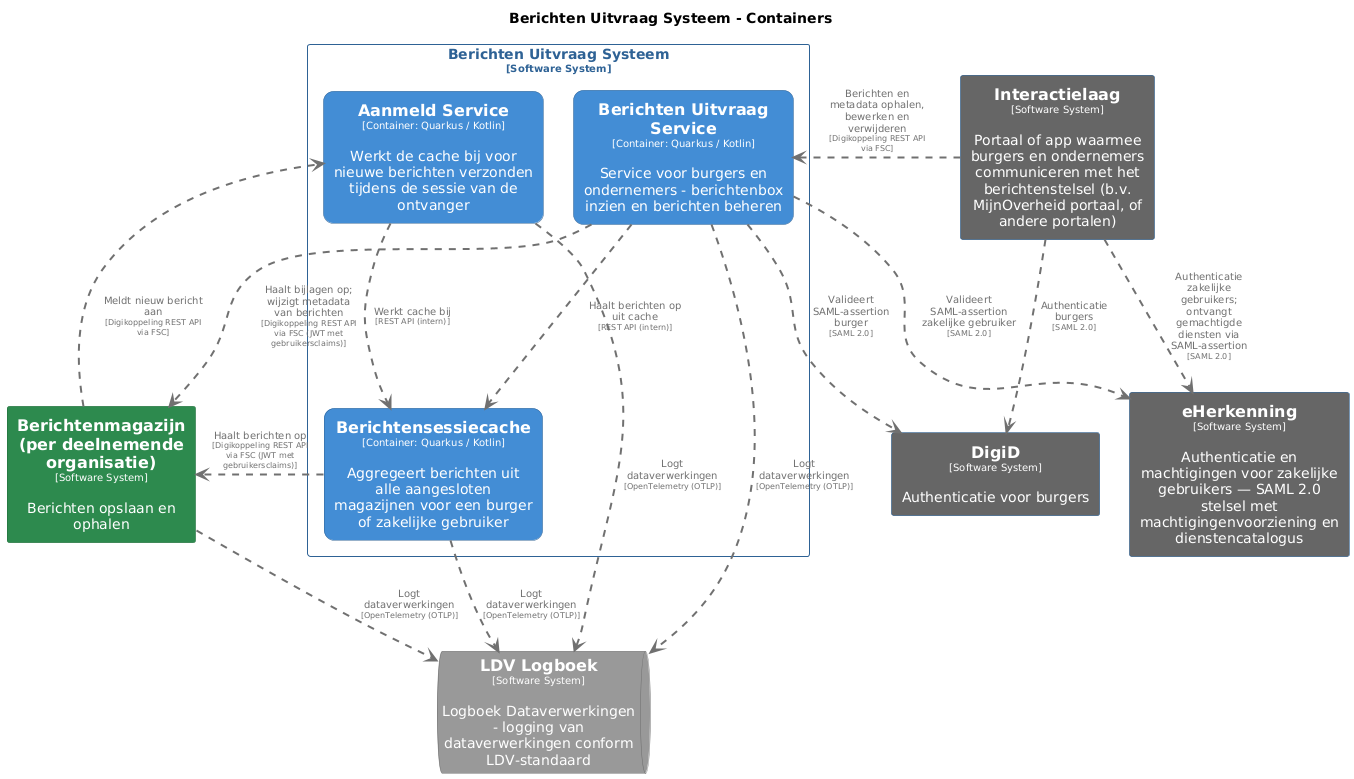
The PlantUML diagram pr-preview/pr-22/master/png/BerichtenUitvraagSysteemContainers.png in MinBZK/moza-poc-fbs-berichtenbox, before a commit.
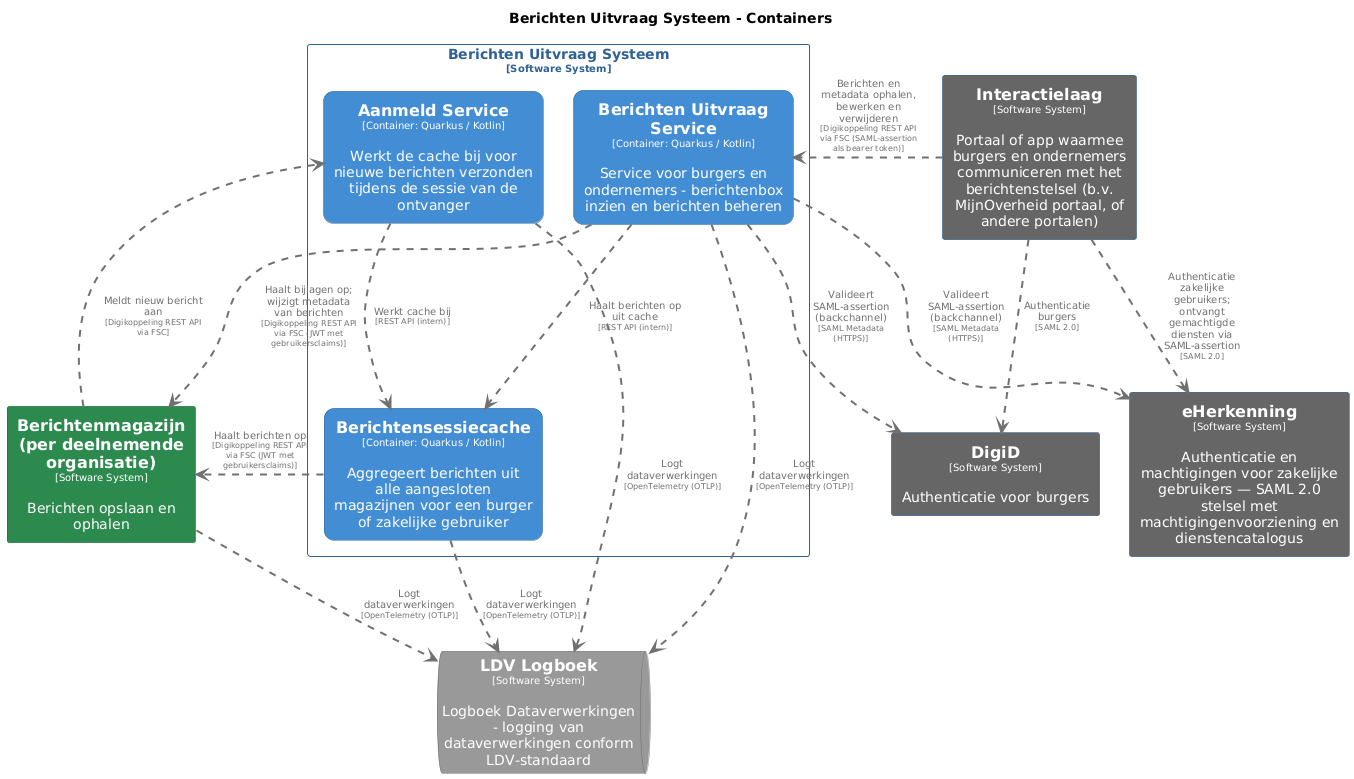
After the change.

What changed in the source:
```diff
@@ -91,11 +91,11 @@
 BerichtenUitvraagSysteem.BerichtenUitvraagService .[#707070,thickness=2].> LDVLogboek : "<color:#707070>Logt dataverwerkingen\n<color:#707070><size:8>[OpenTelemetry (OTLP)]</size>"
 BerichtenUitvraagSysteem.AanmeldService .[#707070,thickness=2].> BerichtenUitvraagSysteem.Berichtensessiecache : "<color:#707070>Werkt cache bij\n<color:#707070><size:8>[REST API (intern)]</size>"
 BerichtenUitvraagSysteem.BerichtenUitvraagService .[#707070,thickness=2].> BerichtenUitvraagSysteem.Berichtensessiecache : "<color:#707070>Haalt berichten op uit cache\n<color:#707070><size:8>[REST API (intern)]</size>"
-Interactielaag .[#707070,thickness=2].> BerichtenUitvraagSysteem.BerichtenUitvraagService : "<color:#707070>Berichten en metadata ophalen, bewerken en verwijderen\n<color:#707070><size:8>[Digikoppeling REST API via FSC]</size>"
+Interactielaag .[#707070,thickness=2].> BerichtenUitvraagSysteem.BerichtenUitvraagService : "<color:#707070>Berichten en metadata ophalen, bewerken en verwijderen\n<color:#707070><size:8>[Digikoppeling REST API via FSC (SAML-assertion als bearer token)]</size>"
 Interactielaag .[#707070,thickness=2].> DigiD : "<color:#707070>Authenticatie burgers\n<color:#707070><size:8>[SAML 2.0]</size>"
 Interactielaag .[#707070,thickness=2].> eHerkenning : "<color:#707070>Authenticatie zakelijke gebruikers; ontvangt gemachtigde diensten via SAML-assertion\n<color:#707070><size:8>[SAML 2.0]</size>"
-BerichtenUitvraagSysteem.BerichtenUitvraagService .[#707070,thickness=2].> eHerkenning : "<color:#707070>Valideert SAML-assertion zakelijke gebruiker\n<color:#707070><size:8>[SAML 2.0]</size>"
-BerichtenUitvraagSysteem.BerichtenUitvraagService .[#707070,thickness=2].> DigiD : "<color:#707070>Valideert SAML-assertion burger\n<color:#707070><size:8>[SAML 2.0]</size>"
+BerichtenUitvraagSysteem.BerichtenUitvraagService .[#707070,thickness=2].> eHerkenning : "<color:#707070>Valideert SAML-assertion (backchannel)\n<color:#707070><size:8>[SAML Metadata (HTTPS)]</size>"
+BerichtenUitvraagSysteem.BerichtenUitvraagService .[#707070,thickness=2].> DigiD : "<color:#707070>Valideert SAML-assertion (backchannel)\n<color:#707070><size:8>[SAML Metadata (HTTPS)]</size>"
 BerichtenUitvraagSysteem.BerichtenUitvraagService .[#707070,thickness=2].> Berichtenmagazijnperdeelnemendeorganisatie : "<color:#707070>Haalt bijlagen op; wijzigt metadata van berichten\n<color:#707070><size:8>[Digikoppeling REST API via FSC (JWT met gebruikersclaims)]</size>"
 Berichtenmagazijnperdeelnemendeorganisatie .[#707070,thickness=2].> BerichtenUitvraagSysteem.AanmeldService : "<color:#707070>Meldt nieuw bericht aan\n<color:#707070><size:8>[Digikoppeling REST API via FSC]</size>"
 @enduml
```
